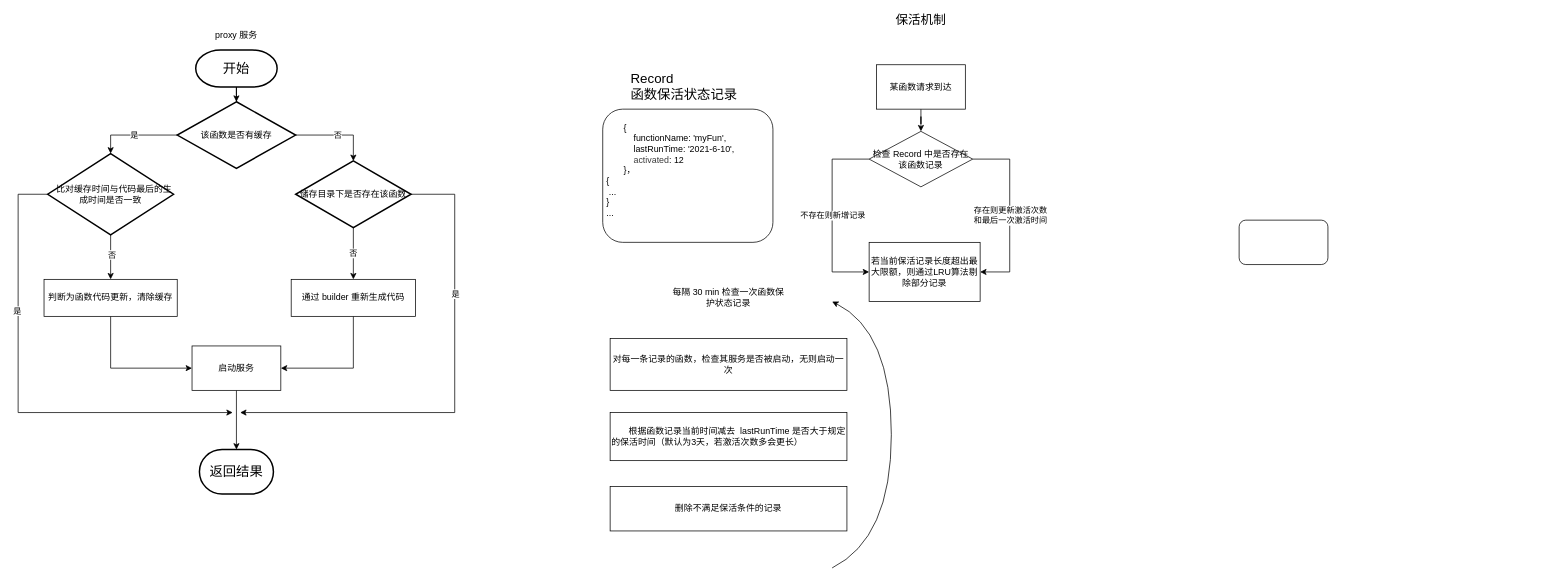
This is src/未命名绘图.drawio from NPjuan/lettleLin, a draw.io file, before an edit. Source tidied: cells renumbered, new cells numbered last; positions are measured from the earlier drawing's top-left corner, leaving out a move shared by most shapes. Both pictures are drawn from the tidied source at 74%, with x=0, y=0 at pixel (18, 13).
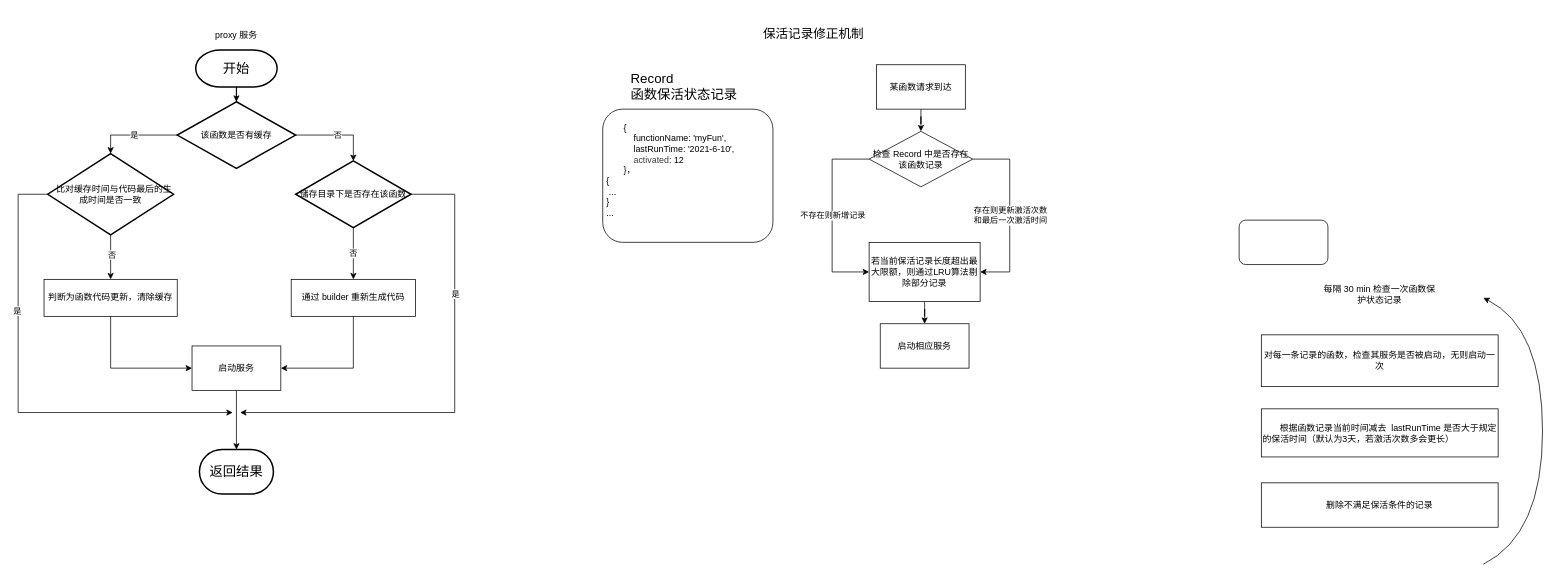
The same diagram, later.

Commit message (it also covers changes not shown here):
更新未命名绘图.drawio

The change refers to these unchanged cells:
```xml
<mxCell id="29" value="若当前保活记录长度超出最大限额，则通过LRU算法剔除部分记录" style="rounded=0;whiteSpace=wrap;html=1;strokeWidth=1;" parent="1" vertex="1">
  <mxGeometry x="1150" y="310" width="150" height="80" as="geometry" />
</mxCell>
```

Change to the diagram source:
```diff
@@
-    <mxCell id="24" value="&lt;font style=&quot;font-size: 17px&quot;&gt;保活机制&lt;/font&gt;" style="text;html=1;strokeColor=none;fillColor=none;align=center;verticalAlign=middle;whiteSpace=wrap;rounded=0;" parent="1" vertex="1">
-      <mxGeometry x="1180" width="80" height="20" as="geometry" />
+    <mxCell id="24" value="&lt;font style=&quot;font-size: 17px&quot;&gt;保活记录修正机制&lt;/font&gt;" style="text;html=1;strokeColor=none;fillColor=none;align=center;verticalAlign=middle;whiteSpace=wrap;rounded=0;" parent="1" vertex="1">
+      <mxGeometry x="990" y="20" width="170" height="20" as="geometry" />
     </mxCell>
@@
+    <mxCell id="41" style="edgeStyle=orthogonalEdgeStyle;rounded=0;jettySize=auto;html=1;entryX=0.5;entryY=0;entryDx=0;entryDy=0;endArrow=classic;endFill=1;strokeColor=#000000;" parent="1" edge="1" source="29" target="42">
+      <mxGeometry relative="1" as="geometry" />
+    </mxCell>
@@
     <mxCell id="30" value="对每一条记录的函数，检查其服务是否被启动，无则启动一次" style="rounded=0;whiteSpace=wrap;html=1;strokeWidth=1;align=center;" parent="1" vertex="1">
-      <mxGeometry x="800" y="440" width="320" height="70" as="geometry" />
+      <mxGeometry x="1680" y="435" width="320" height="70" as="geometry" />
     </mxCell>
     <mxCell id="31" value="每隔 30 min 检查一次函数保护状态记录" style="text;html=1;strokeColor=none;fillColor=none;align=center;verticalAlign=middle;whiteSpace=wrap;rounded=0;" parent="1" vertex="1">
-      <mxGeometry x="880" y="365" width="160" height="40" as="geometry" />
+      <mxGeometry x="1760" y="360" width="160" height="40" as="geometry" />
     </mxCell>
     <mxCell id="32" value="&amp;nbsp; &amp;nbsp; &amp;nbsp; &amp;nbsp;根据函数记录当前时间减去&amp;nbsp; lastRunTime 是否大于规定的保活时间（默认为3天，若激活次数多会更长）&amp;nbsp;" style="rounded=0;whiteSpace=wrap;html=1;strokeWidth=1;align=left;" parent="1" vertex="1">
-      <mxGeometry x="800" y="540" width="320" height="65" as="geometry" />
+      <mxGeometry x="1680" y="535" width="320" height="65" as="geometry" />
     </mxCell>
     <mxCell id="33" value="删除不满足保活条件的记录" style="rounded=0;whiteSpace=wrap;html=1;strokeWidth=1;" parent="1" vertex="1">
-      <mxGeometry x="800" y="640" width="320" height="60" as="geometry" />
+      <mxGeometry x="1680" y="635" width="320" height="60" as="geometry" />
     </mxCell>
     <mxCell id="34" style="curved=1;endArrow=classic;html=1;strokeColor=#000000;" parent="1" edge="1">
       <mxGeometry relative="1" as="geometry">
-        <mxPoint x="1100" y="750" as="sourcePoint" />
-        <mxPoint x="1100" y="390" as="targetPoint" />
+        <mxPoint x="1980" y="745" as="sourcePoint" />
+        <mxPoint x="1980" y="385" as="targetPoint" />
         <Array as="points">
-          <mxPoint x="1180" y="710" />
-          <mxPoint x="1180" y="430" />
+          <mxPoint x="2060" y="705" />
+          <mxPoint x="2060" y="425" />
         </Array>
       </mxGeometry>
     </mxCell>
@@
+    <mxCell id="42" value="启动相应服务" style="rounded=0;whiteSpace=wrap;html=1;strokeWidth=1;" parent="1" vertex="1">
+      <mxGeometry x="1165" y="420" width="120" height="60" as="geometry" />
+    </mxCell>
```
